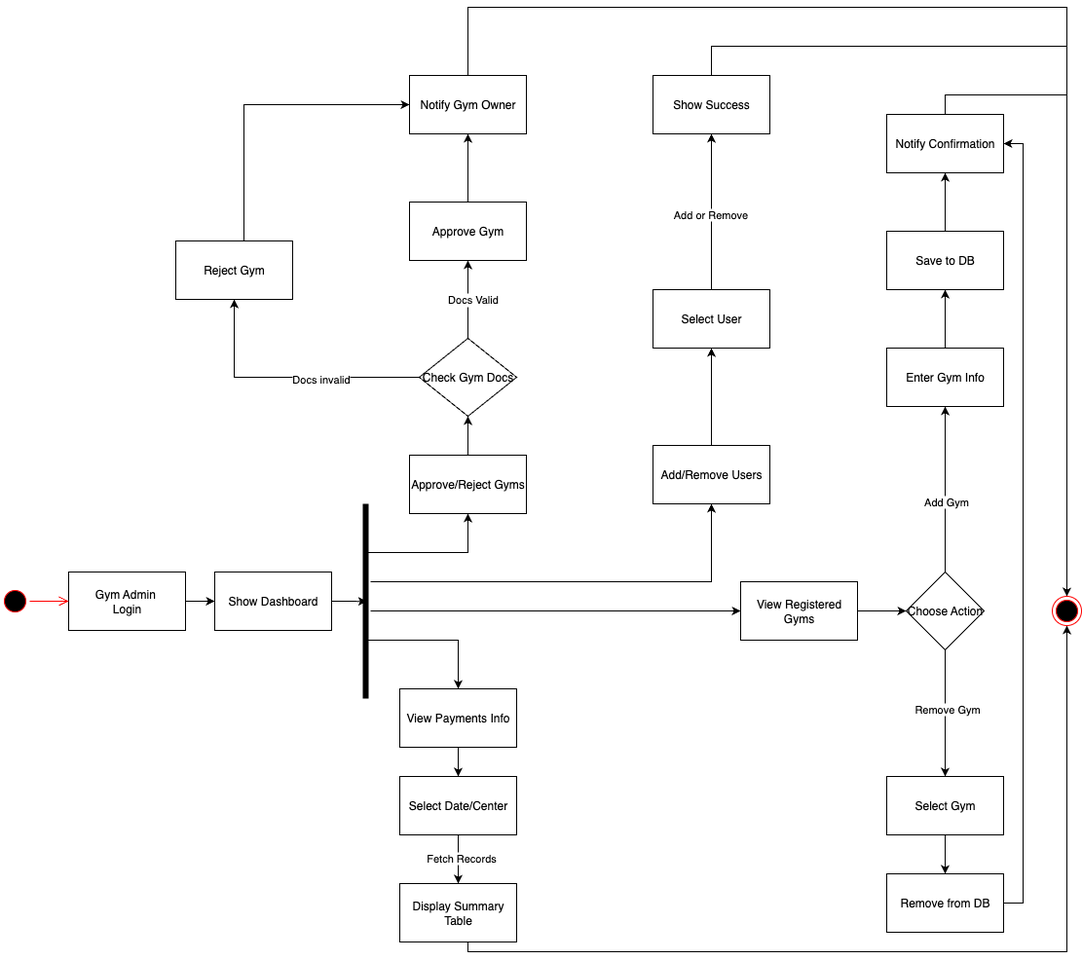
The draw.io diagram UML-Artifacts/Flipfit-Activity-Diagrams/gym-admin-AD.drawio.png in ihita2812/JEDI-Flipkart-Development-Group-B, before a commit. Source tidied: cells renumbered, new cells last; positions are measured from the earlier drawing's top-left corner, leaving out a move shared by most shapes.
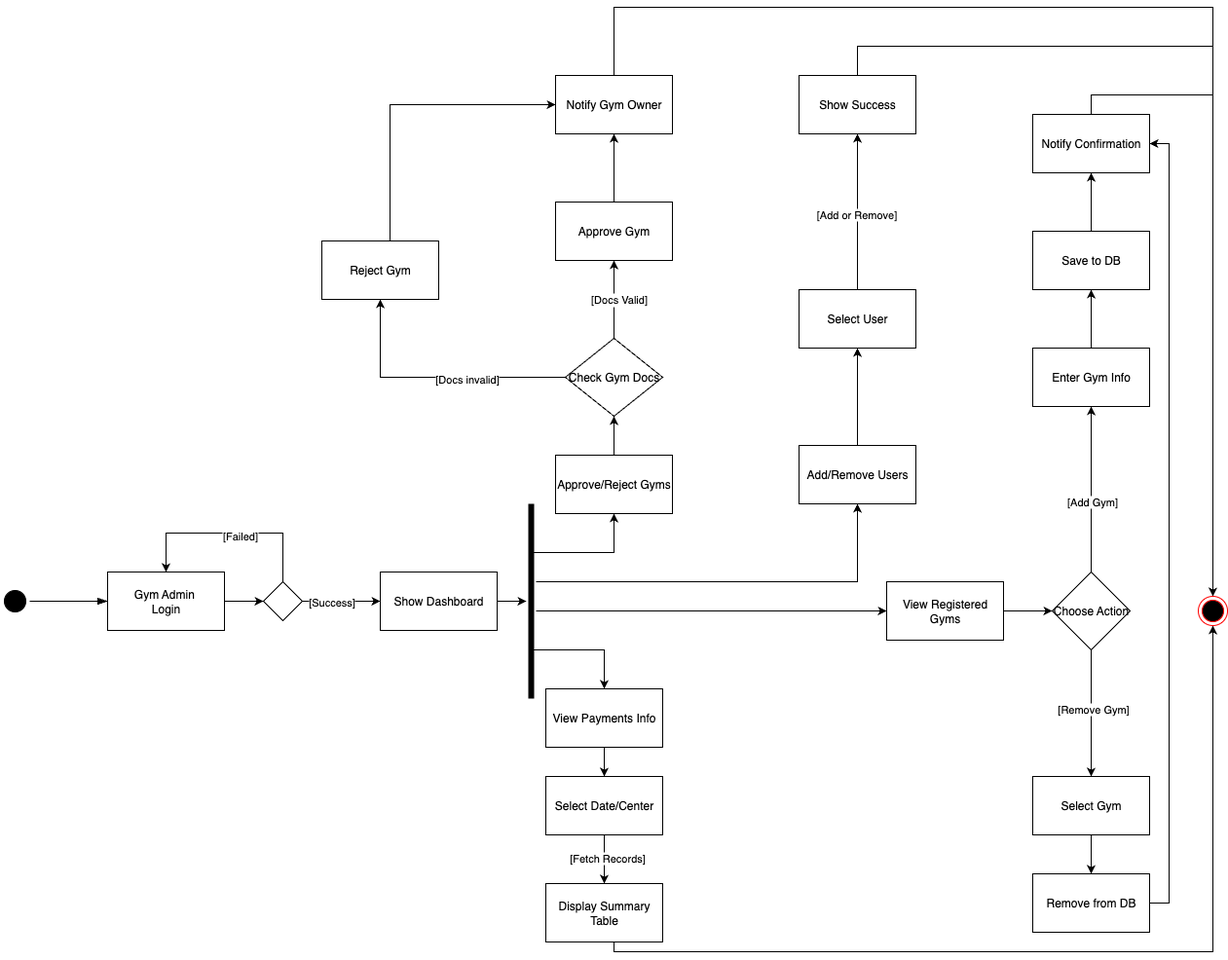
Above is the later version.

Diff of the diagram source:
```diff
@@ -2,14 +2,14 @@
   <root>
     <mxCell id="0" />
     <mxCell id="1" parent="0" />
-    <mxCell id="2" style="edgeStyle=orthogonalEdgeStyle;rounded=0;jettySize=auto;html=1;" parent="1" edge="1" source="3" target="4">
-      <mxGeometry relative="1" as="geometry" />
-    </mxCell>
+    <mxCell id="59" style="edgeStyle=orthogonalEdgeStyle;rounded=0;jettySize=auto;html=1;exitX=1;exitY=0.5;exitDx=0;exitDy=0;entryX=0;entryY=0.5;entryDx=0;entryDy=0;" parent="1" edge="1" source="3" target="64">
+      <mxGeometry relative="1" as="geometry" />
+    </mxCell>
     <mxCell id="3" value="Gym Admin&amp;nbsp;&lt;div&gt;Login&lt;/div&gt;" style="whiteSpace=wrap;html=1;" parent="1" vertex="1">
-      <mxGeometry x="70" y="580" width="120" height="60" as="geometry" />
+      <mxGeometry x="-40" y="580" width="120" height="60" as="geometry" />
     </mxCell>
     <mxCell id="4" value="Show Dashboard" style="whiteSpace=wrap;html=1;" parent="1" vertex="1">
-      <mxGeometry x="220" y="580" width="120" height="60" as="geometry" />
+      <mxGeometry x="240" y="580" width="120" height="60" as="geometry" />
     </mxCell>
     <mxCell id="5" style="edgeStyle=orthogonalEdgeStyle;rounded=0;jettySize=auto;html=1;exitX=0.5;exitY=0;exitDx=0;exitDy=0;entryX=0.5;entryY=1;entryDx=0;entryDy=0;" parent="1" edge="1" source="6" target="15">
       <mxGeometry relative="1" as="geometry" />
@@ -38,7 +38,7 @@
     <mxCell id="13" style="edgeStyle=orthogonalEdgeStyle;rounded=0;jettySize=auto;html=1;" parent="1" edge="1" source="15" target="17">
       <mxGeometry relative="1" as="geometry" />
     </mxCell>
-    <mxCell id="14" value="Docs invalid" style="edgeLabel;html=1;align=center;verticalAlign=middle;" parent="13" vertex="1">
+    <mxCell id="14" value="[Docs invalid]" style="edgeLabel;html=1;align=center;verticalAlign=middle;" parent="13" vertex="1">
       <mxGeometry x="-0.25" y="1" relative="1" as="geometry" />
     </mxCell>
     <mxCell id="15" value="Check Gym Docs" style="rhombus;whiteSpace=wrap;html=1;" parent="1" vertex="1">
@@ -79,13 +79,13 @@
     <mxCell id="23" value="Label" style="edgeLabel;html=1;align=center;verticalAlign=middle;" parent="22" vertex="1">
       <mxGeometry relative="1" as="geometry" />
     </mxCell>
-    <mxCell id="24" value="Docs Valid" style="edgeLabel;html=1;align=center;verticalAlign=middle;" parent="22" vertex="1">
+    <mxCell id="24" value="[Docs Valid]" style="edgeLabel;html=1;align=center;verticalAlign=middle;" parent="22" vertex="1">
       <mxGeometry x="0.01" y="-4" relative="1" as="geometry" />
     </mxCell>
     <mxCell id="25" style="edgeStyle=orthogonalEdgeStyle;rounded=0;jettySize=auto;html=1;entryX=0.5;entryY=1;entryDx=0;entryDy=0;" parent="1" edge="1" source="27" target="29">
       <mxGeometry relative="1" as="geometry" />
     </mxCell>
-    <mxCell id="26" value="Add or Remove" style="edgeLabel;html=1;align=center;verticalAlign=middle;" parent="25" vertex="1">
+    <mxCell id="26" value="[Add or Remove]" style="edgeLabel;html=1;align=center;verticalAlign=middle;" parent="25" vertex="1">
       <mxGeometry x="-0.03" y="2" relative="1" as="geometry" />
     </mxCell>
     <mxCell id="27" value="Select User" style="whiteSpace=wrap;html=1;rounded=0;" parent="1" vertex="1">
@@ -105,7 +105,7 @@
     <mxCell id="30" style="edgeStyle=orthogonalEdgeStyle;rounded=0;jettySize=auto;html=1;" parent="1" edge="1" source="32" target="34">
       <mxGeometry relative="1" as="geometry" />
     </mxCell>
-    <mxCell id="31" value="Fetch Records" style="edgeLabel;html=1;align=center;verticalAlign=middle;" parent="30" vertex="1">
+    <mxCell id="31" value="[Fetch Records]" style="edgeLabel;html=1;align=center;verticalAlign=middle;" parent="30" vertex="1">
       <mxGeometry x="-0.09" y="2" relative="1" as="geometry" />
     </mxCell>
     <mxCell id="32" value="Select Date/Center" style="whiteSpace=wrap;html=1;rounded=0;" parent="1" vertex="1">
@@ -125,13 +125,13 @@
     <mxCell id="35" style="edgeStyle=orthogonalEdgeStyle;rounded=0;jettySize=auto;html=1;entryX=0.5;entryY=1;entryDx=0;entryDy=0;" parent="1" edge="1" source="39" target="45">
       <mxGeometry relative="1" as="geometry" />
     </mxCell>
-    <mxCell id="36" value="Add Gym" style="edgeLabel;html=1;align=center;verticalAlign=middle;" parent="35" vertex="1">
+    <mxCell id="36" value="[Add Gym]" style="edgeLabel;html=1;align=center;verticalAlign=middle;" parent="35" vertex="1">
       <mxGeometry x="-0.14" relative="1" as="geometry" />
     </mxCell>
     <mxCell id="37" style="edgeStyle=orthogonalEdgeStyle;rounded=0;jettySize=auto;html=1;entryX=0.5;entryY=0;entryDx=0;entryDy=0;" parent="1" edge="1" source="39" target="41">
       <mxGeometry relative="1" as="geometry" />
     </mxCell>
-    <mxCell id="38" value="Remove Gym" style="edgeLabel;html=1;align=center;verticalAlign=middle;" parent="37" vertex="1">
+    <mxCell id="38" value="[Remove Gym]" style="edgeLabel;html=1;align=center;verticalAlign=middle;" parent="37" vertex="1">
       <mxGeometry x="-0.08" y="1" relative="1" as="geometry" />
     </mxCell>
     <mxCell id="39" value="Choose Action" style="rhombus;whiteSpace=wrap;html=1;" parent="1" vertex="1">
@@ -190,35 +190,48 @@
         </Array>
       </mxGeometry>
     </mxCell>
+    <mxCell id="54" style="edgeStyle=orthogonalEdgeStyle;rounded=0;jettySize=auto;html=1;entryX=0;entryY=0.5;entryDx=0;entryDy=0;" parent="1" edge="1" source="55" target="8">
+      <mxGeometry relative="1" as="geometry">
+        <Array as="points">
+          <mxPoint x="470" y="620" />
+          <mxPoint x="470" y="620" />
+        </Array>
+      </mxGeometry>
+    </mxCell>
     <mxCell id="53" style="edgeStyle=orthogonalEdgeStyle;rounded=0;jettySize=auto;html=1;exitX=0.75;exitY=0.5;exitDx=0;exitDy=0;exitPerimeter=0;entryX=0.5;entryY=0;entryDx=0;entryDy=0;" parent="1" edge="1" source="55" target="10">
-      <mxGeometry relative="1" as="geometry">
-        <Array as="points">
-          <mxPoint x="375" y="650" />
-          <mxPoint x="470" y="650" />
-        </Array>
-      </mxGeometry>
+      <mxGeometry relative="1" as="geometry" />
     </mxCell>
-    <mxCell id="54" style="edgeStyle=orthogonalEdgeStyle;rounded=0;jettySize=auto;html=1;entryX=0;entryY=0.5;entryDx=0;entryDy=0;" parent="1" edge="1" source="55" target="8">
-      <mxGeometry relative="1" as="geometry">
-        <Array as="points">
-          <mxPoint x="470" y="620" />
-          <mxPoint x="470" y="620" />
-        </Array>
-      </mxGeometry>
-    </mxCell>
     <mxCell id="55" style="shape=line;html=1;strokeWidth=6;strokeColor=#000000;direction=south;" parent="1" vertex="1">
-      <mxGeometry x="370" y="510" width="10" height="200" as="geometry" />
+      <mxGeometry x="390" y="510" width="10" height="200" as="geometry" />
     </mxCell>
-    <mxCell id="56" style="edgeStyle=orthogonalEdgeStyle;rounded=0;jettySize=auto;html=1;entryX=0.552;entryY=0.363;entryDx=0;entryDy=0;entryPerimeter=0;" parent="1" edge="1" source="4">
-      <mxGeometry relative="1" as="geometry">
-        <mxPoint x="376.4" y="610.4" as="targetPoint" />
-      </mxGeometry>
+    <mxCell id="56" style="edgeStyle=orthogonalEdgeStyle;rounded=0;jettySize=auto;html=1;" parent="1" edge="1" source="4" target="55">
+      <mxGeometry relative="1" as="geometry" />
     </mxCell>
-    <mxCell id="57" style="ellipse;html=1;shape=startState;fillColor=#000000;strokeColor=#ff0000;" parent="1" vertex="1">
-      <mxGeometry y="595" width="30" height="30" as="geometry" />
+    <mxCell id="57" style="ellipse;html=1;shape=startState;fillColor=#000000;strokeColor=#000000;" parent="1" vertex="1">
+      <mxGeometry x="-150" y="595" width="30" height="30" as="geometry" />
     </mxCell>
-    <mxCell id="58" style="edgeStyle=orthogonalEdgeStyle;html=1;verticalAlign=bottom;endArrow=open;endSize=8;strokeColor=#ff0000;rounded=0;entryX=0;entryY=0.5;entryDx=0;entryDy=0;" parent="1" edge="1" source="57" target="3">
+    <mxCell id="58" style="edgeStyle=orthogonalEdgeStyle;html=1;verticalAlign=bottom;endArrow=blockThin;endSize=8;strokeColor=#000000;rounded=0;entryX=0;entryY=0.5;entryDx=0;entryDy=0;endFill=1;" parent="1" edge="1" source="57" target="3">
       <mxGeometry relative="1" as="geometry" />
     </mxCell>
+    <mxCell id="60" style="edgeStyle=orthogonalEdgeStyle;rounded=0;jettySize=auto;html=1;entryX=0;entryY=0.5;entryDx=0;entryDy=0;" parent="1" edge="1" source="64" target="4">
+      <mxGeometry relative="1" as="geometry" />
+    </mxCell>
+    <mxCell id="61" value="[Success]" style="edgeLabel;html=1;align=center;verticalAlign=middle;" parent="60" vertex="1">
+      <mxGeometry x="-0.29" relative="1" as="geometry" />
+    </mxCell>
+    <mxCell id="62" style="edgeStyle=orthogonalEdgeStyle;rounded=0;jettySize=auto;html=1;entryX=0.5;entryY=0;entryDx=0;entryDy=0;" parent="1" edge="1" source="64" target="3">
+      <mxGeometry relative="1" as="geometry">
+        <Array as="points">
+          <mxPoint x="140" y="540" />
+          <mxPoint x="20" y="540" />
+        </Array>
+      </mxGeometry>
+    </mxCell>
+    <mxCell id="63" value="[Failed]" style="edgeLabel;html=1;align=center;verticalAlign=middle;" parent="62" vertex="1">
+      <mxGeometry x="-0.1" y="2" relative="1" as="geometry" />
+    </mxCell>
+    <mxCell id="64" style="rhombus;whiteSpace=wrap;html=1;" parent="1" vertex="1">
+      <mxGeometry x="120" y="590" width="40" height="40" as="geometry" />
+    </mxCell>
   </root>
 </mxGraphModel>
```
